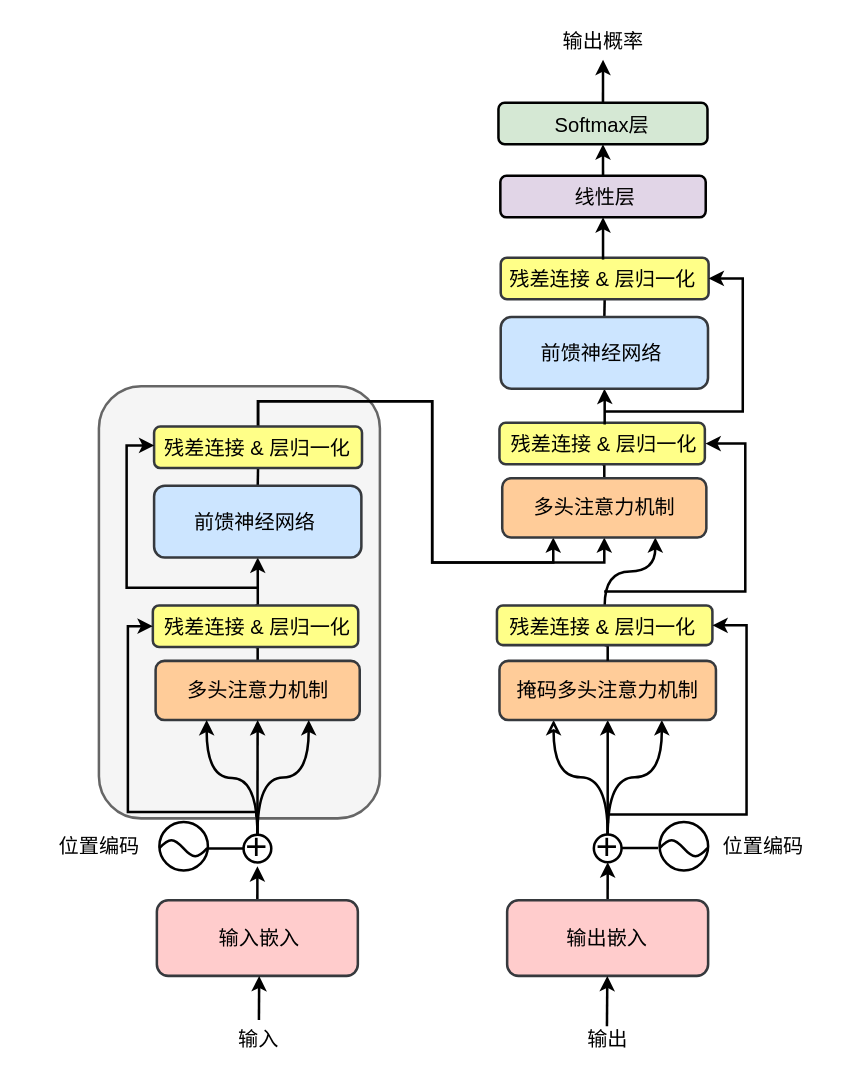
This is diagrams/transformer.drawio from real-jiakai/draw, a draw.io file, before an edit. Source tidied: cells renumbered, new cells numbered last; positions are measured from the earlier drawing's top-left corner, leaving out a move shared by most shapes. Both pictures are drawn from the tidied source at 126%, with x=0, y=0 at pixel (43, 21).
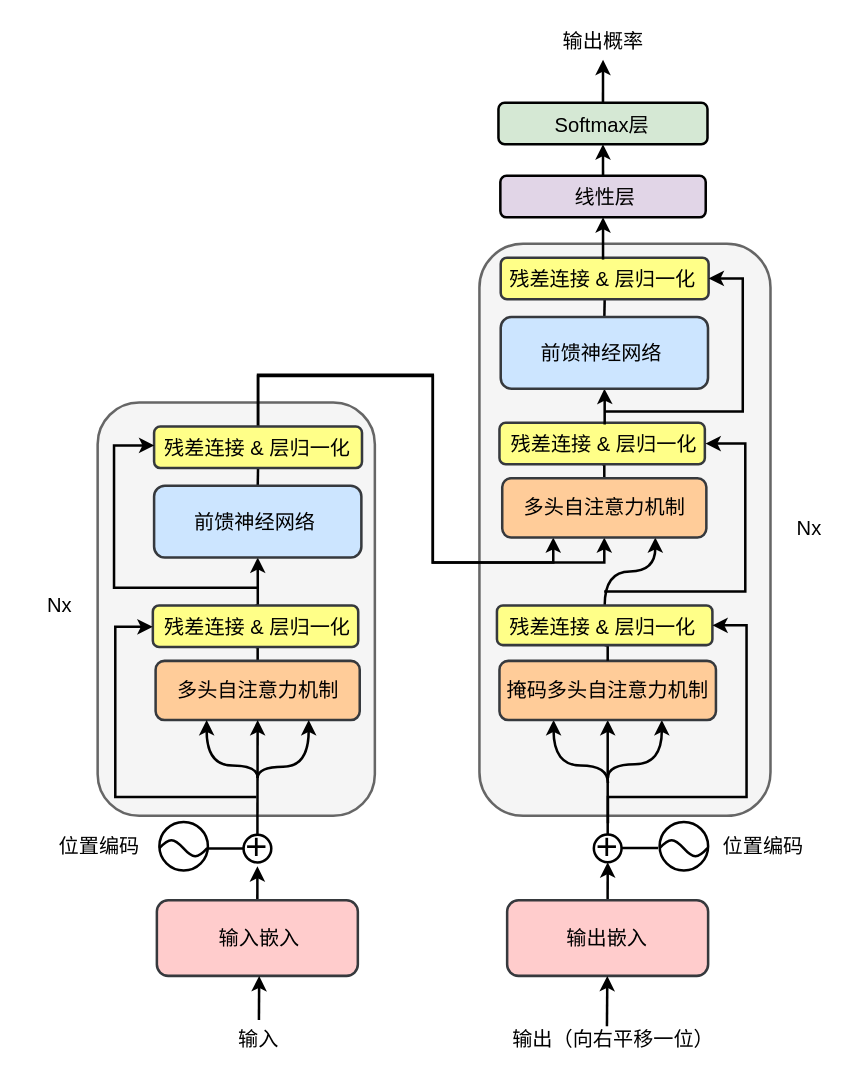
Above is the later version.

Unchanged cells that the change refers to:
```xml
<mxCell id="8" style="rounded=1;whiteSpace=wrap;html=1;strokeWidth=2;fillColor=#ffff88;strokeColor=#36393d;" parent="1" vertex="1">
  <mxGeometry x="87.8" y="321" width="165" height="33" as="geometry" />
</mxCell>
<mxCell id="12" style="rounded=1;whiteSpace=wrap;html=1;strokeWidth=2;fillColor=#ffff88;strokeColor=#36393d;" parent="1" vertex="1">
  <mxGeometry x="86.8" y="463" width="163" height="33" as="geometry" />
</mxCell>
<mxCell id="18" style="rounded=1;whiteSpace=wrap;html=1;strokeWidth=2;fillColor=#ffcc99;strokeColor=#36393d;" parent="1" vertex="1">
  <mxGeometry x="89" y="507" width="162" height="47" as="geometry" />
</mxCell>
<mxCell id="31" style="ellipse;whiteSpace=wrap;html=1;strokeWidth=2;" parent="1" vertex="1">
  <mxGeometry x="158.8" y="645" width="22" height="22" as="geometry" />
</mxCell>
<mxCell id="44" style="ellipse;whiteSpace=wrap;html=1;strokeWidth=2;" parent="1" vertex="1">
  <mxGeometry x="436.8" y="644.8" width="22" height="22" as="geometry" />
</mxCell>
<mxCell id="50" style="rounded=1;whiteSpace=wrap;html=1;strokeWidth=2;fillColor=#ffcc99;strokeColor=#36393d;" parent="1" vertex="1">
  <mxGeometry x="361.9" y="507" width="171.8" height="47" as="geometry" />
</mxCell>
<mxCell id="54" style="rounded=1;whiteSpace=wrap;html=1;strokeWidth=2;fillColor=#ffff88;strokeColor=#36393d;" parent="1" vertex="1">
  <mxGeometry x="359.9" y="463" width="171" height="31.5" as="geometry" />
</mxCell>
<mxCell id="60" style="rounded=1;whiteSpace=wrap;html=1;strokeWidth=2;fillColor=#ffcc99;strokeColor=#36393d;" parent="1" vertex="1">
  <mxGeometry x="364.1" y="362" width="162" height="47" as="geometry" />
</mxCell>
```

What changed in the source:
```diff
@@
+    <mxCell id="74" style="rounded=1;whiteSpace=wrap;html=1;strokeWidth=2;fillColor=#f5f5f5;fontColor=#333333;strokeColor=#666666;" parent="1" vertex="1">
+      <mxGeometry x="346" y="176" width="231" height="454" as="geometry" />
+    </mxCell>
@@
     <mxCell id="4" style="rounded=1;whiteSpace=wrap;html=1;strokeWidth=2;fillColor=#f5f5f5;fontColor=#333333;strokeColor=#666666;" parent="1" vertex="1">
-      <mxGeometry x="44" y="289" width="223" height="343" as="geometry" />
+      <mxGeometry x="43" y="302" width="220" height="328" as="geometry" />
     </mxCell>
@@
-    <mxCell id="6" style="edgeStyle=orthogonalEdgeStyle;rounded=0;jettySize=auto;html=1;exitX=0.5;exitY=0;exitDx=0;exitDy=0;entryX=0.25;entryY=1;entryDx=0;entryDy=0;strokeWidth=2;" parent="1" edge="1" source="8" target="60">
-      <mxGeometry relative="1" as="geometry" />
-    </mxCell>
-    <mxCell id="7" style="edgeStyle=orthogonalEdgeStyle;rounded=0;jettySize=auto;html=1;exitX=0.5;exitY=0;exitDx=0;exitDy=0;entryX=0.5;entryY=1;entryDx=0;entryDy=0;strokeWidth=2;" parent="1" edge="1" source="8" target="60">
-      <mxGeometry relative="1" as="geometry" />
-    </mxCell>
+    <mxCell id="75" style="edgeStyle=orthogonalEdgeStyle;rounded=0;jettySize=auto;html=1;exitX=0.5;exitY=0;exitDx=0;exitDy=0;entryX=0.25;entryY=1;entryDx=0;entryDy=0;strokeWidth=2;" parent="1" edge="1" source="8" target="60">
+      <mxGeometry relative="1" as="geometry">
+        <Array as="points">
+          <mxPoint x="170" y="281" />
+          <mxPoint x="309" y="281" />
+          <mxPoint x="309" y="429" />
+          <mxPoint x="405" y="429" />
+        </Array>
+      </mxGeometry>
+    </mxCell>
+    <mxCell id="76" style="edgeStyle=orthogonalEdgeStyle;rounded=0;jettySize=auto;html=1;exitX=0.5;exitY=0;exitDx=0;exitDy=0;entryX=0.5;entryY=1;entryDx=0;entryDy=0;strokeWidth=2;" parent="1" edge="1" source="8" target="60">
+      <mxGeometry relative="1" as="geometry">
+        <Array as="points">
+          <mxPoint x="170" y="280" />
+          <mxPoint x="309" y="280" />
+          <mxPoint x="309" y="429" />
+          <mxPoint x="445" y="429" />
+        </Array>
+      </mxGeometry>
+    </mxCell>
@@
-    <mxCell id="19" value="&lt;font style=&quot;font-size: 16px;&quot;&gt;多头注意力机制&lt;/font&gt;" style="text;html=1;align=center;verticalAlign=middle;whiteSpace=wrap;rounded=0;" parent="1" vertex="1">
+    <mxCell id="19" value="&lt;font style=&quot;font-size: 16px;&quot;&gt;多头自注意力机制&lt;/font&gt;" style="text;html=1;align=center;verticalAlign=middle;whiteSpace=wrap;rounded=0;" parent="1" vertex="1">
       <mxGeometry x="100.5" y="515.2" width="139" height="30.5" as="geometry" />
     </mxCell>
@@
-    <mxCell id="28" style="edgeStyle=orthogonalEdgeStyle;rounded=0;jettySize=auto;html=1;exitX=0.5;exitY=0;exitDx=0;exitDy=0;entryX=0.25;entryY=1;entryDx=0;entryDy=0;curved=1;strokeWidth=2;" parent="1" edge="1" source="31" target="18">
+    <mxCell id="28" style="edgeStyle=orthogonalEdgeStyle;rounded=0;jettySize=auto;html=1;entryX=0.25;entryY=1;entryDx=0;entryDy=0;curved=1;strokeWidth=2;" parent="1" edge="1" target="18">
       <mxGeometry relative="1" as="geometry">
+        <mxPoint x="170" y="600" as="sourcePoint" />
         <Array as="points">
-          <mxPoint x="170" y="600" />
-          <mxPoint x="129" y="600" />
+          <mxPoint x="170" y="590" />
+          <mxPoint x="130" y="590" />
         </Array>
       </mxGeometry>
     </mxCell>
@@
-    <mxCell id="30" style="edgeStyle=orthogonalEdgeStyle;rounded=0;jettySize=auto;html=1;exitX=0.5;exitY=0;exitDx=0;exitDy=0;entryX=0.75;entryY=1;entryDx=0;entryDy=0;strokeWidth=2;curved=1;" parent="1" edge="1" source="31" target="18">
-      <mxGeometry relative="1" as="geometry" />
+    <mxCell id="30" style="edgeStyle=orthogonalEdgeStyle;rounded=0;jettySize=auto;html=1;entryX=0.75;entryY=1;entryDx=0;entryDy=0;strokeWidth=2;curved=1;" parent="1" edge="1" target="18">
+      <mxGeometry relative="1" as="geometry">
+        <mxPoint x="170" y="600" as="sourcePoint" />
+        <Array as="points">
+          <mxPoint x="170" y="591" />
+          <mxPoint x="211" y="591" />
+        </Array>
+      </mxGeometry>
     </mxCell>
@@
-    <mxCell id="35" style="endArrow=classic;html=1;rounded=0;edgeStyle=orthogonalEdgeStyle;entryX=0;entryY=0.5;entryDx=0;entryDy=0;strokeWidth=2;startArrow=none;startFill=0;endFill=1;" parent="1" edge="1" target="12">
+    <mxCell id="35" style="endArrow=classic;html=1;rounded=0;edgeStyle=orthogonalEdgeStyle;entryX=0;entryY=0.5;entryDx=0;entryDy=0;strokeWidth=2;startArrow=none;startFill=0;endFill=1;" parent="1" edge="1">
       <mxGeometry relative="1" as="geometry">
-        <mxPoint x="169" y="630.8" as="sourcePoint" />
+        <mxPoint x="169" y="615" as="sourcePoint" />
+        <mxPoint x="86.7" y="480" as="targetPoint" />
         <Array as="points">
-          <mxPoint x="169" y="627" />
-          <mxPoint x="67" y="627" />
-          <mxPoint x="67" y="480" />
+          <mxPoint x="57" y="615" />
+          <mxPoint x="57" y="480" />
         </Array>
       </mxGeometry>
     </mxCell>
     <mxCell id="36" style="endArrow=classic;html=1;rounded=0;edgeStyle=orthogonalEdgeStyle;strokeWidth=2;endFill=1;" parent="1" edge="1">
       <mxGeometry relative="1" as="geometry">
         <mxPoint x="169" y="448" as="sourcePoint" />
         <mxPoint x="88" y="336" as="targetPoint" />
         <Array as="points">
-          <mxPoint x="66" y="449" />
-          <mxPoint x="66" y="336" />
+          <mxPoint x="169" y="449" />
+          <mxPoint x="56" y="449" />
+          <mxPoint x="56" y="336" />
         </Array>
       </mxGeometry>
     </mxCell>
@@
-    <mxCell id="39" value="&lt;font style=&quot;font-size: 16px;&quot;&gt;输出&lt;/font&gt;" style="text;html=1;align=center;verticalAlign=middle;whiteSpace=wrap;rounded=0;" parent="1" vertex="1">
-      <mxGeometry x="417.8" y="792" width="60" height="30" as="geometry" />
+    <mxCell id="39" value="&lt;font style=&quot;font-size: 16px;&quot;&gt;输出（向右平移一位）&lt;/font&gt;" style="text;html=1;align=center;verticalAlign=middle;whiteSpace=wrap;rounded=0;" parent="1" vertex="1">
+      <mxGeometry x="368" y="792" width="169.2" height="30" as="geometry" />
     </mxCell>
@@
-    <mxCell id="48" style="edgeStyle=orthogonalEdgeStyle;rounded=0;jettySize=auto;html=1;exitX=0.75;exitY=1;exitDx=0;exitDy=0;entryX=0.5;entryY=0;entryDx=0;entryDy=0;strokeWidth=2;endArrow=none;startFill=1;startArrow=classic;curved=1;" parent="1" edge="1" source="50" target="44">
-      <mxGeometry relative="1" as="geometry" />
+    <mxCell id="48" style="edgeStyle=orthogonalEdgeStyle;rounded=0;jettySize=auto;html=1;exitX=0.75;exitY=1;exitDx=0;exitDy=0;strokeWidth=2;endArrow=none;startFill=1;startArrow=classic;curved=1;" parent="1" edge="1" source="50">
+      <mxGeometry relative="1" as="geometry">
+        <mxPoint x="448" y="600" as="targetPoint" />
+        <Array as="points">
+          <mxPoint x="491" y="589" />
+          <mxPoint x="448" y="589" />
+        </Array>
+      </mxGeometry>
     </mxCell>
-    <mxCell id="49" style="edgeStyle=orthogonalEdgeStyle;rounded=0;jettySize=auto;html=1;exitX=0.25;exitY=1;exitDx=0;exitDy=0;entryX=0.5;entryY=0;entryDx=0;entryDy=0;startArrow=classic;startFill=0;endArrow=none;curved=1;strokeWidth=2;" parent="1" edge="1" source="50" target="44">
-      <mxGeometry relative="1" as="geometry" />
+    <mxCell id="49" style="edgeStyle=orthogonalEdgeStyle;rounded=0;jettySize=auto;html=1;exitX=0.25;exitY=1;exitDx=0;exitDy=0;startArrow=classic;startFill=1;endArrow=none;curved=1;strokeWidth=2;" parent="1" edge="1" source="50">
+      <mxGeometry relative="1" as="geometry">
+        <mxPoint x="448" y="604" as="targetPoint" />
+        <Array as="points">
+          <mxPoint x="405" y="590" />
+          <mxPoint x="448" y="590" />
+        </Array>
+      </mxGeometry>
     </mxCell>
@@
-    <mxCell id="51" value="&lt;font style=&quot;font-size: 16px;&quot;&gt;掩码多头注意力机制&lt;/font&gt;" style="text;html=1;align=center;verticalAlign=middle;whiteSpace=wrap;rounded=0;" parent="1" vertex="1">
+    <mxCell id="51" value="&lt;font style=&quot;font-size: 16px;&quot;&gt;掩码多头自注意力机制&lt;/font&gt;" style="text;html=1;align=center;verticalAlign=middle;whiteSpace=wrap;rounded=0;" parent="1" vertex="1">
       <mxGeometry x="364.6" y="515.2" width="166.2" height="30.5" as="geometry" />
     </mxCell>
@@
-    <mxCell id="61" value="&lt;font style=&quot;font-size: 16px;&quot;&gt;多头注意力机制&lt;/font&gt;" style="text;html=1;align=center;verticalAlign=middle;whiteSpace=wrap;rounded=0;" parent="1" vertex="1">
+    <mxCell id="61" value="&lt;font style=&quot;font-size: 16px;&quot;&gt;多头自注意力机制&lt;/font&gt;" style="text;html=1;align=center;verticalAlign=middle;whiteSpace=wrap;rounded=0;" parent="1" vertex="1">
       <mxGeometry x="375.6" y="370.2" width="139" height="30.5" as="geometry" />
     </mxCell>
@@
     <mxCell id="70" style="endArrow=classic;html=1;rounded=0;edgeStyle=orthogonalEdgeStyle;entryX=1;entryY=0.5;entryDx=0;entryDy=0;strokeWidth=2;endFill=1;" parent="1" edge="1" target="54">
       <mxGeometry relative="1" as="geometry">
         <mxPoint x="447" y="634.8" as="sourcePoint" />
         <Array as="points">
           <mxPoint x="448" y="635" />
-          <mxPoint x="448" y="629" />
-          <mxPoint x="558" y="629" />
+          <mxPoint x="448" y="615" />
+          <mxPoint x="558" y="615" />
           <mxPoint x="558" y="479" />
         </Array>
       </mxGeometry>
     </mxCell>
@@
+    <mxCell id="77" value="&lt;font style=&quot;font-size: 16px;&quot;&gt;Nx&lt;/font&gt;" style="text;html=1;align=center;verticalAlign=middle;whiteSpace=wrap;rounded=0;" parent="1" vertex="1">
+      <mxGeometry x="-17" y="448" width="60" height="30" as="geometry" />
+    </mxCell>
+    <mxCell id="78" value="&lt;font style=&quot;font-size: 16px;&quot;&gt;Nx&lt;/font&gt;" style="text;html=1;align=center;verticalAlign=middle;whiteSpace=wrap;rounded=0;" parent="1" vertex="1">
+      <mxGeometry x="578" y="387" width="60" height="30" as="geometry" />
+    </mxCell>
```
